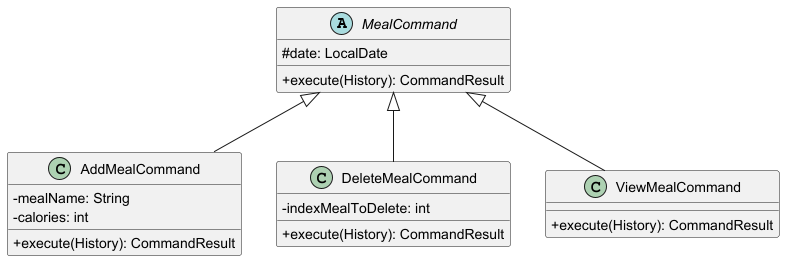
Above: docs/images/mealCommandSummary.png in nus-cs2113-AY2425S1/tp (PlantUML), before the change. Its diagram source:
```plantuml
@startuml

skinparam classAttributeIconSize 0

abstract class MealCommand {
    # date: LocalDate
    + execute(History): CommandResult
}

class AddMealCommand {
    - mealName: String
    - calories: int
    + execute(History): CommandResult
}

class DeleteMealCommand {
    - indexMealToDelete: int
    + execute(History): CommandResult
}

class ViewMealCommand {
    + execute(History): CommandResult
}

MealCommand <|-- AddMealCommand
MealCommand <|-- DeleteMealCommand
MealCommand <|-- ViewMealCommand

@enduml
```
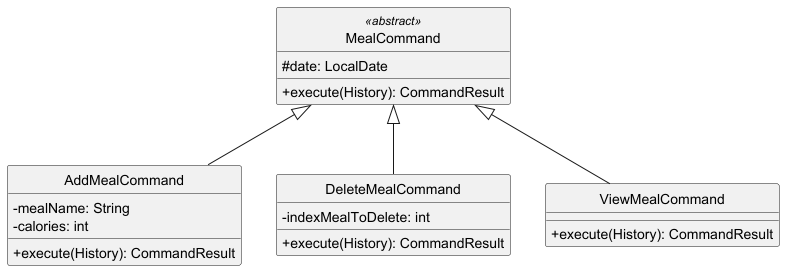
After the change.

What changed in the source:
```diff
@@ -1,8 +1,9 @@
 @startuml
 
 skinparam classAttributeIconSize 0
+hide circle
 
-abstract class MealCommand {
+ class MealCommand <<abstract>>{
     # date: LocalDate
     + execute(History): CommandResult
 }
```
